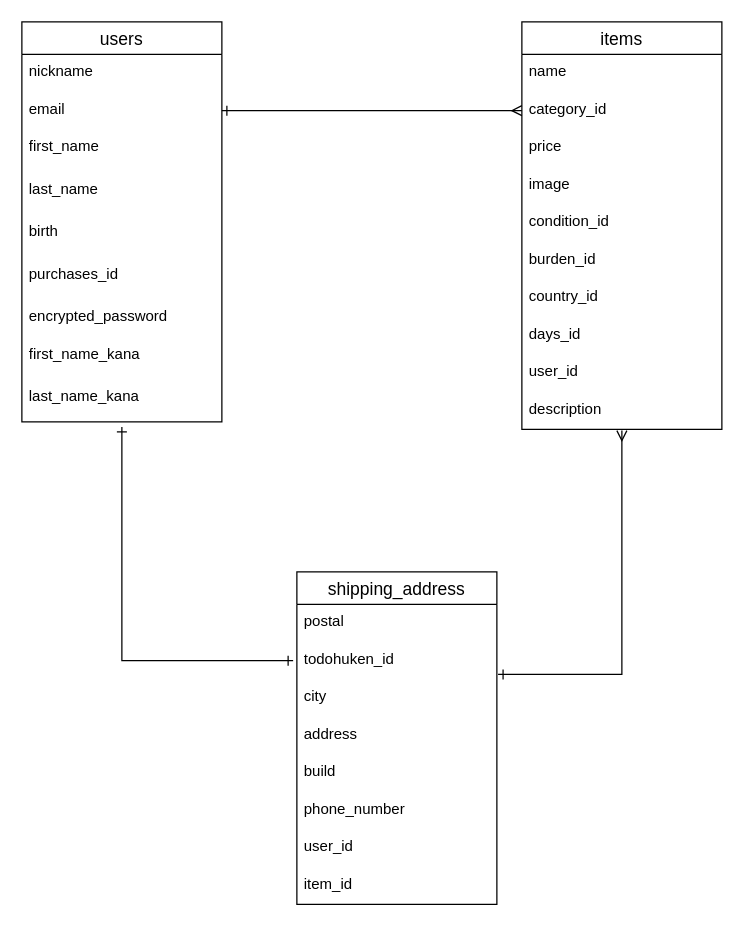
The draw.io diagram furima.dio in kosei-kubota/furima-34523, before the edit. Source tidied: cells renumbered, new cells numbered last; positions are measured from the earlier drawing's top-left corner, leaving out a move shared by most shapes. Both pictures are drawn from the tidied source at 125%, with x=0, y=0 at pixel (21, 21).
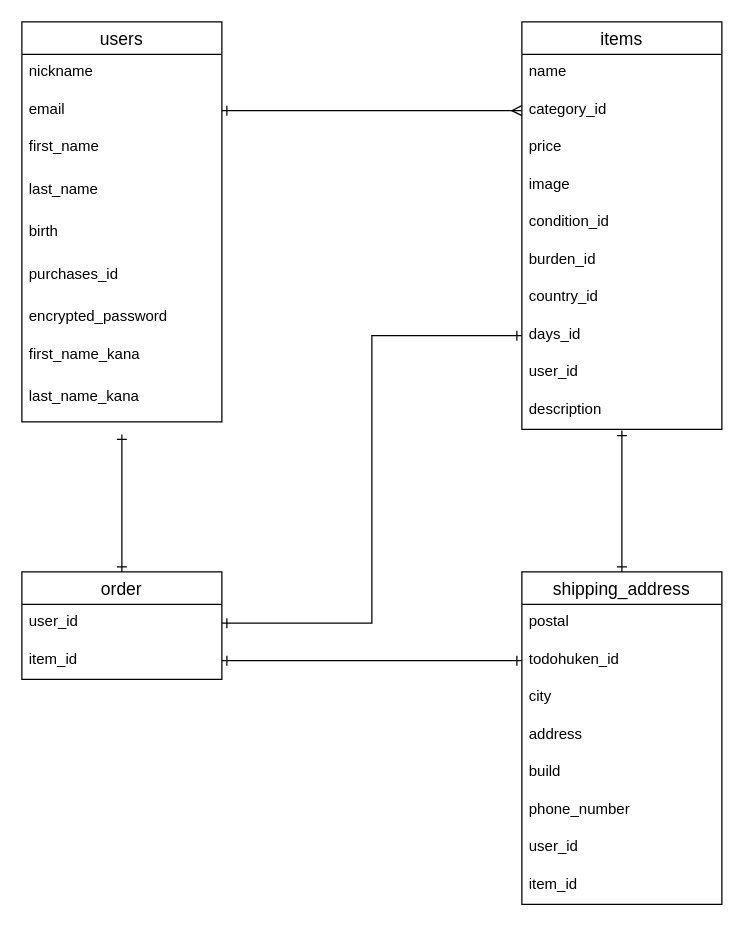
The same diagram, later.

Unchanged cells that the change refers to:
```xml
<mxCell id="11" value="last_name_kana" style="text;strokeColor=none;fillColor=none;spacingLeft=4;spacingRight=4;overflow=hidden;points=[[0,0.5],[1,0.5]];portConstraint=eastwest;fontSize=12;" parent="2" vertex="1">
  <mxGeometry y="286" width="160" height="34" as="geometry" />
</mxCell>
<mxCell id="20" value="days_id" style="text;strokeColor=none;fillColor=none;spacingLeft=4;spacingRight=4;overflow=hidden;points=[[0,0.5],[1,0.5]];portConstraint=eastwest;fontSize=12;" parent="12" vertex="1">
  <mxGeometry y="236" width="160" height="30" as="geometry" />
</mxCell>
<mxCell id="22" value="description" style="text;strokeColor=none;fillColor=none;spacingLeft=4;spacingRight=4;overflow=hidden;points=[[0,0.5],[1,0.5]];portConstraint=eastwest;fontSize=12;" parent="12" vertex="1">
  <mxGeometry y="296" width="160" height="30" as="geometry" />
</mxCell>
<mxCell id="28" value="todohuken_id" style="text;strokeColor=none;fillColor=none;spacingLeft=4;spacingRight=4;overflow=hidden;points=[[0,0.5],[1,0.5]];portConstraint=eastwest;fontSize=12;" parent="26" vertex="1">
  <mxGeometry y="56" width="160" height="30" as="geometry" />
</mxCell>
<mxCell id="29" value="city" style="text;strokeColor=none;fillColor=none;spacingLeft=4;spacingRight=4;overflow=hidden;points=[[0,0.5],[1,0.5]];portConstraint=eastwest;fontSize=12;" parent="26" vertex="1">
  <mxGeometry y="86" width="160" height="30" as="geometry" />
</mxCell>
```

Diff of the diagram source:
```diff
@@
-    <mxCell id="24" style="edgeStyle=orthogonalEdgeStyle;rounded=0;jettySize=auto;html=1;endArrow=ERone;endFill=0;startArrow=ERone;startFill=0;exitX=0.5;exitY=1.118;exitDx=0;exitDy=0;exitPerimeter=0;" parent="1" edge="1" source="11">
-      <mxGeometry relative="1" as="geometry">
-        <mxPoint x="217" y="511" as="targetPoint" />
-        <Array as="points">
-          <mxPoint x="80" y="511" />
-          <mxPoint x="217" y="511" />
-        </Array>
-      </mxGeometry>
+    <mxCell id="24" style="edgeStyle=orthogonalEdgeStyle;rounded=0;jettySize=auto;html=1;endArrow=ERone;endFill=0;startArrow=ERone;startFill=0;exitX=1;exitY=0.5;exitDx=0;exitDy=0;entryX=0;entryY=0.5;entryDx=0;entryDy=0;" parent="1" edge="1" source="38" target="28">
+      <mxGeometry relative="1" as="geometry" />
     </mxCell>
-    <mxCell id="25" style="edgeStyle=orthogonalEdgeStyle;rounded=0;jettySize=auto;html=1;exitX=1.006;exitY=-0.133;exitDx=0;exitDy=0;entryX=0.5;entryY=1.033;entryDx=0;entryDy=0;entryPerimeter=0;startArrow=ERone;startFill=0;endArrow=ERmany;endFill=0;exitPerimeter=0;" parent="1" edge="1" source="29" target="22">
+    <mxCell id="25" style="edgeStyle=orthogonalEdgeStyle;rounded=0;jettySize=auto;html=1;exitX=0.5;exitY=0;exitDx=0;exitDy=0;entryX=0.5;entryY=1.033;entryDx=0;entryDy=0;entryPerimeter=0;startArrow=ERone;startFill=0;endArrow=ERone;endFill=0;" parent="1" edge="1" source="26" target="22">
       <mxGeometry relative="1" as="geometry" />
     </mxCell>
     <mxCell id="26" value="shipping_address" style="swimlane;fontStyle=0;horizontal=1;startSize=26;align=center;fontSize=14;" parent="1" vertex="1">
-      <mxGeometry x="220" y="440" width="160" height="266" as="geometry" />
+      <mxGeometry x="400" y="440" width="160" height="266" as="geometry" />
     </mxCell>
@@
+    <mxCell id="35" style="edgeStyle=orthogonalEdgeStyle;rounded=0;jettySize=auto;html=1;exitX=0.5;exitY=0;exitDx=0;exitDy=0;startArrow=ERone;startFill=0;endArrow=ERone;endFill=0;" parent="1" edge="1" source="36">
+      <mxGeometry relative="1" as="geometry">
+        <mxPoint x="80" y="330" as="targetPoint" />
+      </mxGeometry>
+    </mxCell>
+    <mxCell id="36" value="order" style="swimlane;fontStyle=0;horizontal=1;startSize=26;align=center;fontSize=14;" parent="1" vertex="1">
+      <mxGeometry y="440" width="160" height="86" as="geometry" />
+    </mxCell>
+    <mxCell id="37" value="user_id" style="text;strokeColor=none;fillColor=none;spacingLeft=4;spacingRight=4;overflow=hidden;points=[[0,0.5],[1,0.5]];portConstraint=eastwest;fontSize=12;" parent="36" vertex="1">
+      <mxGeometry y="26" width="160" height="30" as="geometry" />
+    </mxCell>
+    <mxCell id="38" value="item_id" style="text;strokeColor=none;fillColor=none;spacingLeft=4;spacingRight=4;overflow=hidden;points=[[0,0.5],[1,0.5]];portConstraint=eastwest;fontSize=12;" parent="36" vertex="1">
+      <mxGeometry y="56" width="160" height="30" as="geometry" />
+    </mxCell>
+    <mxCell id="39" style="edgeStyle=orthogonalEdgeStyle;rounded=0;jettySize=auto;html=1;exitX=1;exitY=0.5;exitDx=0;exitDy=0;entryX=0;entryY=0.5;entryDx=0;entryDy=0;startArrow=ERone;startFill=0;endArrow=ERone;endFill=0;" parent="1" edge="1" source="37" target="20">
+      <mxGeometry relative="1" as="geometry" />
+    </mxCell>
```
